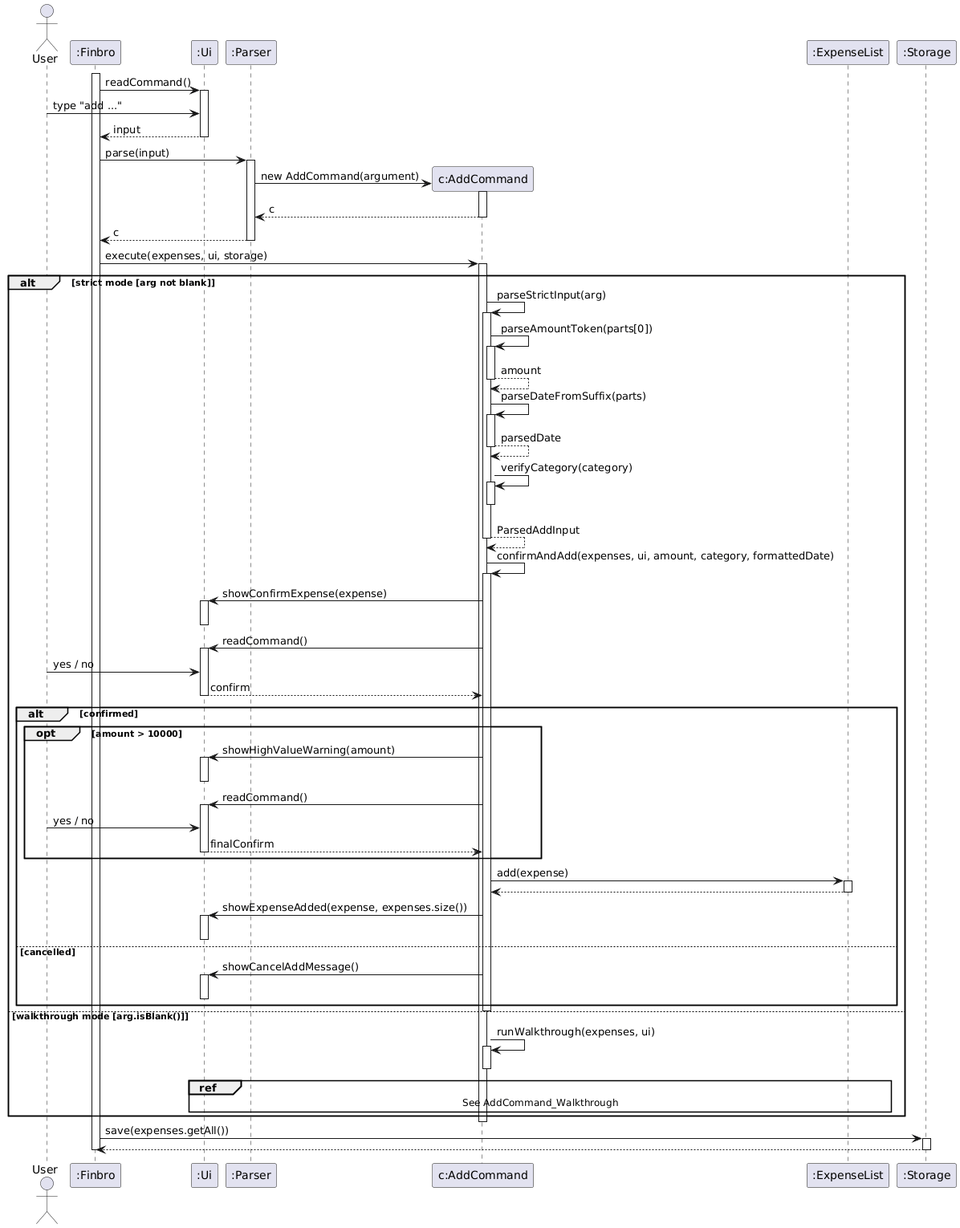
zihaoalt/tp keeps this PlantUML diagram as docs/UML_diagrams/images/AddCommand.png. Above is the earlier version.
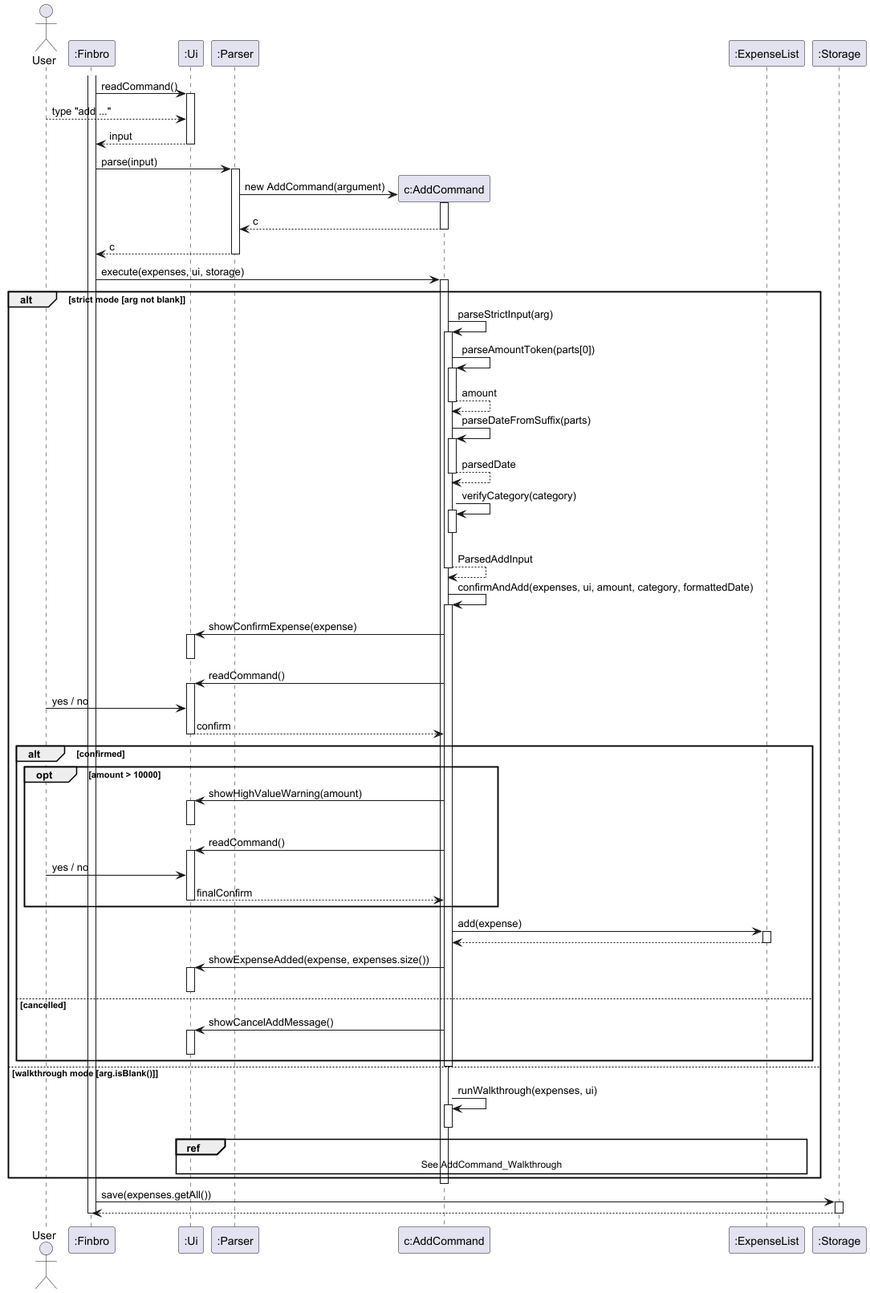
After the commit.

What changed in the source:
```diff
@@ -1,4 +1,4 @@
-@startuml
+@startuml AddCommand
 actor User
 
 participant ":Finbro"
@@ -12,7 +12,7 @@
 activate ":Finbro"
 ":Finbro" -> ":Ui" : readCommand()
 activate ":Ui"
-User -> ":Ui" : type "add ..."
+User --> ":Ui" : type "add ..."
 ":Ui" --> ":Finbro" : input
 deactivate ":Ui"
 
@@ -112,4 +112,5 @@
 ":Storage" --> ":Finbro"
 deactivate ":Storage"
 deactivate ":Finbro"
+
 @enduml
```
